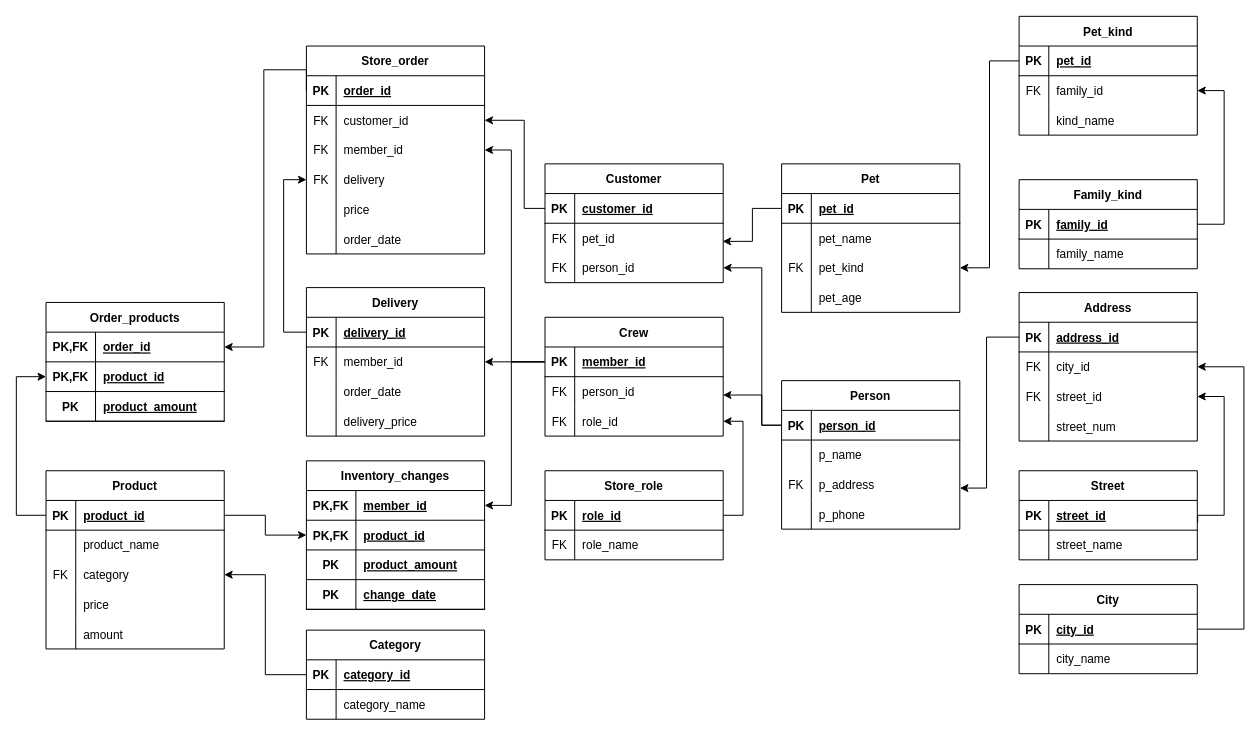
Before: page 2 of 4 of pet_store.drawio in avivmoyal1/SQL_Project, a draw.io diagram. Source tidied: cells renumbered, new cells numbered last; positions are measured from the earlier drawing's top-left corner, leaving out a move shared by most shapes. Both pictures are drawn from the tidied source at 99%, with x=0, y=0 at pixel (16, 16).
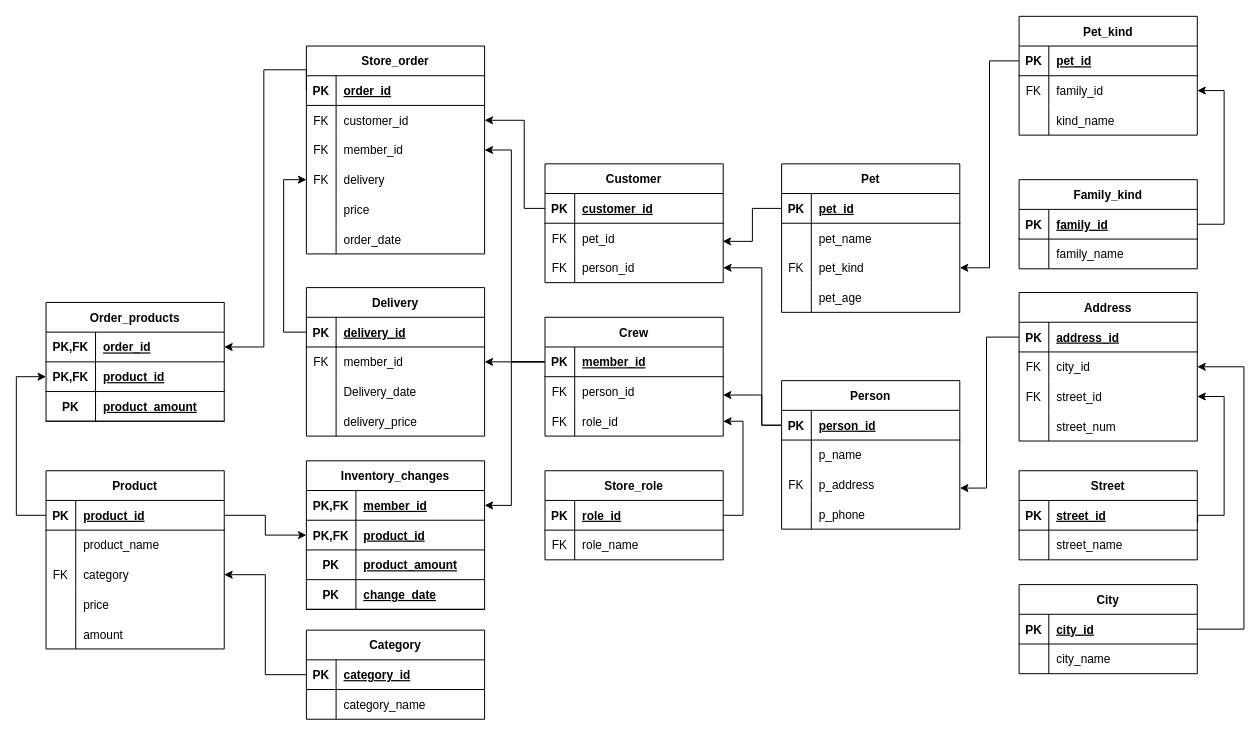
The same page after the edit.

Unchanged cells that the change refers to:
```xml
<mxCell id="147" style="shape=tableRow;horizontal=0;startSize=0;swimlaneHead=0;swimlaneBody=0;fillColor=none;top=0;left=0;right=0;bottom=0;" parent="140" vertex="1">
  <mxGeometry y="90" width="180" height="30" as="geometry" />
</mxCell>
```

What changed in the source:
```diff
@@
-    <mxCell id="149" value="order_date" style="shape=partialRectangle;fillColor=none;top=0;left=0;bottom=0;right=0;align=left;spacingLeft=6;overflow=hidden;" parent="147" vertex="1">
+    <mxCell id="149" value="Delivery_date" style="shape=partialRectangle;fillColor=none;top=0;left=0;bottom=0;right=0;align=left;spacingLeft=6;overflow=hidden;fontStyle=0;" parent="147" vertex="1">
       <mxGeometry x="30" width="150" height="30" as="geometry" />
     </mxCell>
```
